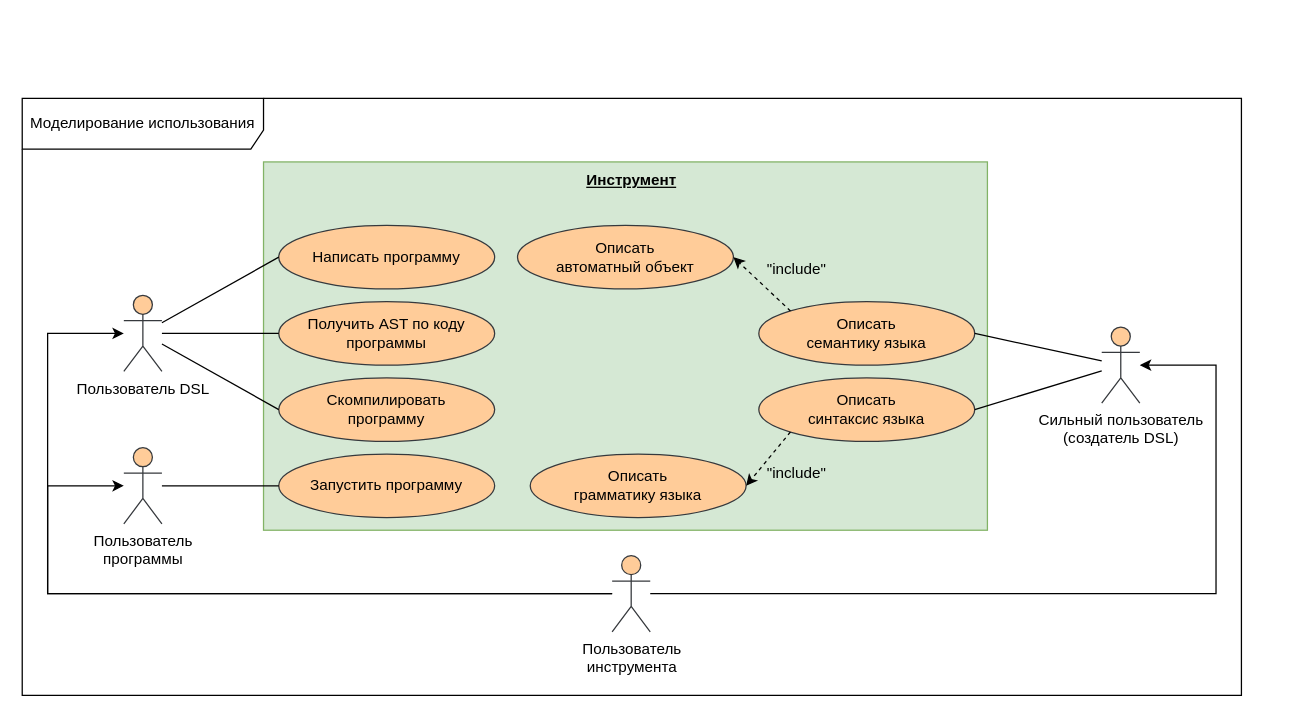
This is docs/raw_diagrams/functional_requirements.drawio from aVorotnikov/dsl_generator, a draw.io file, before an edit. Source tidied: cells renumbered, new cells numbered last; positions are measured from the earlier drawing's top-left corner, leaving out a move shared by most shapes. Both pictures are drawn from the tidied source at 127%, with x=0, y=0 at pixel (22, 98).
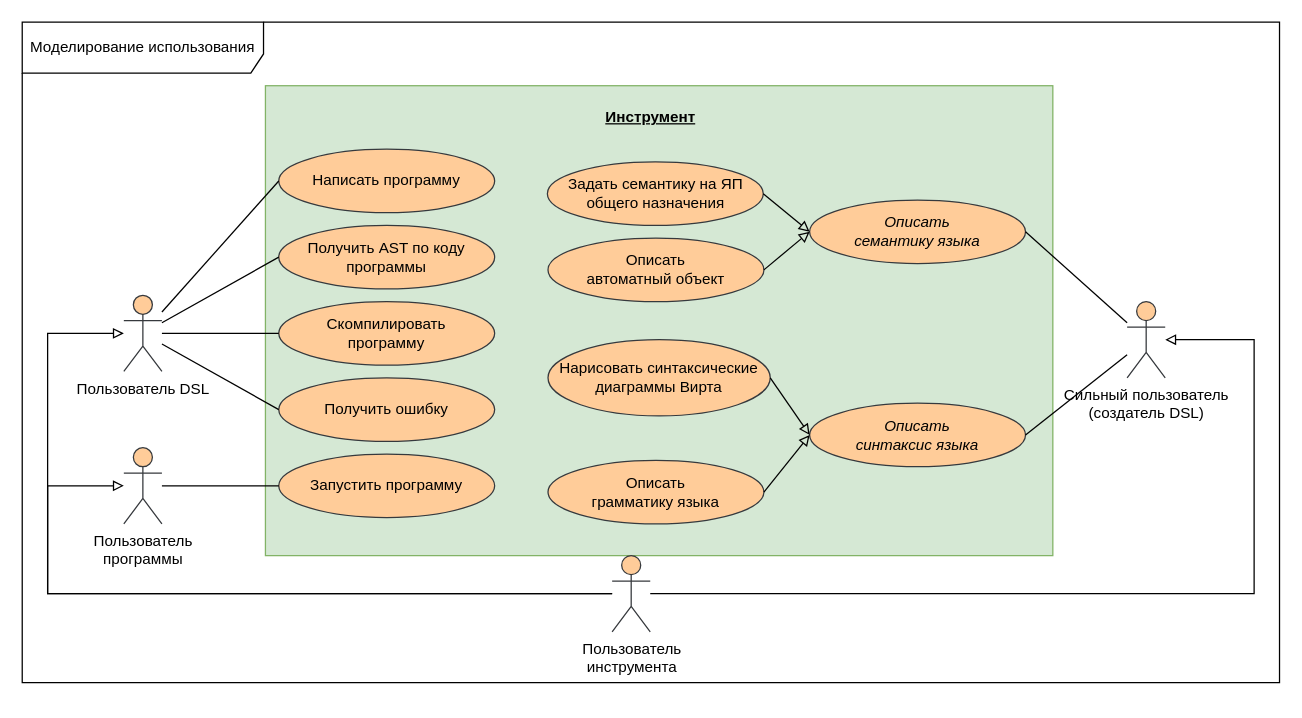
Above is the later version.

Unchanged cells that the change refers to:
```xml
<mxCell id="3" value="Пользователь DSL" style="shape=umlActor;verticalLabelPosition=bottom;verticalAlign=top;html=1;fillColor=#ffcc99;strokeColor=#36393d;" parent="1" vertex="1">
  <mxGeometry x="80" y="155" width="30" height="60" as="geometry" />
</mxCell>
<mxCell id="20" value="Пользователь&lt;br&gt;программы" style="shape=umlActor;verticalLabelPosition=bottom;verticalAlign=top;html=1;fillColor=#ffcc99;strokeColor=#36393d;" parent="1" vertex="1">
  <mxGeometry x="80" y="275" width="30" height="60" as="geometry" />
</mxCell>
<mxCell id="26" value="Пользователь&lt;br&gt;инструмента" style="shape=umlActor;verticalLabelPosition=bottom;verticalAlign=top;html=1;fillColor=#ffcc99;strokeColor=#36393d;" parent="1" vertex="1">
  <mxGeometry x="464.5" y="360" width="30" height="60" as="geometry" />
</mxCell>
```

What changed in the source:
```diff
@@
     <mxCell id="2" value="Моделирование использования" style="shape=umlFrame;whiteSpace=wrap;html=1;width=190;height=40;" parent="1" vertex="1">
-      <mxGeometry width="960" height="470" as="geometry" />
+      <mxGeometry y="-60" width="990" height="520" as="geometry" />
     </mxCell>
@@
     <mxCell id="4" value="Сильный пользователь&lt;br&gt;(создатель DSL)" style="shape=umlActor;verticalLabelPosition=bottom;verticalAlign=top;html=1;fillColor=#ffcc99;strokeColor=#36393d;" parent="1" vertex="1">
-      <mxGeometry x="850" y="180" width="30" height="60" as="geometry" />
+      <mxGeometry x="870" y="160" width="30" height="60" as="geometry" />
     </mxCell>
     <mxCell id="5" style="rounded=0;whiteSpace=wrap;html=1;fillColor=#d5e8d4;strokeColor=#82b366;" parent="1" vertex="1">
-      <mxGeometry x="190" y="50" width="570" height="290" as="geometry" />
+      <mxGeometry x="191.5" y="-10" width="620" height="370" as="geometry" />
     </mxCell>
     <mxCell id="6" value="&lt;b&gt;&lt;u&gt;Инструмент&lt;/u&gt;&lt;/b&gt;" style="text;html=1;strokeColor=none;fillColor=none;align=center;verticalAlign=middle;whiteSpace=wrap;rounded=0;" parent="1" vertex="1">
-      <mxGeometry x="449.5" y="50" width="60" height="30" as="geometry" />
+      <mxGeometry x="465" width="60" height="30" as="geometry" />
     </mxCell>
     <mxCell id="7" value="Написать программу" style="ellipse;whiteSpace=wrap;html=1;fillColor=#ffcc99;strokeColor=#36393d;" parent="1" vertex="1">
-      <mxGeometry x="202" y="100" width="170" height="50" as="geometry" />
+      <mxGeometry x="202" y="40" width="170" height="50" as="geometry" />
     </mxCell>
@@
     <mxCell id="9" value="Скомпилировать&lt;br&gt;программу" style="ellipse;whiteSpace=wrap;html=1;fillColor=#ffcc99;strokeColor=#36393d;" parent="1" vertex="1">
-      <mxGeometry x="202" y="220" width="170" height="50" as="geometry" />
+      <mxGeometry x="202" y="160" width="170" height="50" as="geometry" />
     </mxCell>
     <mxCell id="10" value="Получить AST по коду программы" style="ellipse;whiteSpace=wrap;html=1;fillColor=#ffcc99;strokeColor=#36393d;" parent="1" vertex="1">
-      <mxGeometry x="202" y="160" width="170" height="50" as="geometry" />
+      <mxGeometry x="202" y="100" width="170" height="50" as="geometry" />
     </mxCell>
-    <mxCell id="11" value="Описать&lt;br&gt;семантику языка" style="ellipse;whiteSpace=wrap;html=1;fillColor=#ffcc99;strokeColor=#36393d;" parent="1" vertex="1">
-      <mxGeometry x="580" y="160" width="170" height="50" as="geometry" />
+    <mxCell id="11" value="&lt;i style=&quot;&quot;&gt;Описать&lt;br&gt;семантику языка&lt;/i&gt;" style="ellipse;whiteSpace=wrap;html=1;fillColor=#ffcc99;strokeColor=#36393d;" parent="1" vertex="1">
+      <mxGeometry x="620" y="80" width="170" height="50" as="geometry" />
     </mxCell>
-    <mxCell id="12" value="Описать&lt;br&gt;синтаксис языка" style="ellipse;whiteSpace=wrap;html=1;fillColor=#ffcc99;strokeColor=#36393d;" parent="1" vertex="1">
-      <mxGeometry x="580" y="220" width="170" height="50" as="geometry" />
+    <mxCell id="12" value="&lt;i style=&quot;&quot;&gt;Описать&lt;br&gt;синтаксис языка&lt;/i&gt;" style="ellipse;whiteSpace=wrap;html=1;fillColor=#ffcc99;strokeColor=#36393d;" parent="1" vertex="1">
+      <mxGeometry x="620" y="240" width="170" height="50" as="geometry" />
     </mxCell>
     <mxCell id="13" value="Описать&lt;br&gt;автоматный объект" style="ellipse;whiteSpace=wrap;html=1;fillColor=#ffcc99;strokeColor=#36393d;" parent="1" vertex="1">
-      <mxGeometry x="390" y="100" width="170" height="50" as="geometry" />
+      <mxGeometry x="414" y="110" width="170" height="50" as="geometry" />
     </mxCell>
-    <mxCell id="14" style="curved=1;endArrow=classic;html=1;rounded=0;dashed=1;entryX=1;entryY=0.5;entryDx=0;entryDy=0;exitX=0;exitY=0;exitDx=0;exitDy=0;" parent="1" edge="1" source="11" target="13">
-      <mxGeometry relative="1" as="geometry" />
-    </mxCell>
-    <mxCell id="15" value="&quot;include&quot;" style="text;html=1;strokeColor=none;fillColor=none;align=center;verticalAlign=middle;whiteSpace=wrap;rounded=0;" parent="1" vertex="1">
-      <mxGeometry x="580" y="120" width="60" height="30" as="geometry" />
-    </mxCell>
     <mxCell id="16" value="Описать&lt;br&gt;грамматику языка" style="ellipse;whiteSpace=wrap;html=1;fillColor=#ffcc99;strokeColor=#36393d;" parent="1" vertex="1">
-      <mxGeometry x="400" y="280" width="170" height="50" as="geometry" />
+      <mxGeometry x="414" y="285" width="170" height="50" as="geometry" />
     </mxCell>
-    <mxCell id="17" style="curved=1;endArrow=classic;html=1;rounded=0;dashed=1;entryX=1;entryY=0.5;entryDx=0;entryDy=0;exitX=0;exitY=1;exitDx=0;exitDy=0;" parent="1" edge="1" source="12" target="16">
-      <mxGeometry relative="1" as="geometry" />
-    </mxCell>
-    <mxCell id="18" value="&quot;include&quot;" style="text;html=1;strokeColor=none;fillColor=none;align=center;verticalAlign=middle;whiteSpace=wrap;rounded=0;" parent="1" vertex="1">
-      <mxGeometry x="580" y="280" width="60" height="30" as="geometry" />
-    </mxCell>
@@
-    <mxCell id="27" style="endArrow=classic;html=1;rounded=0;" parent="1" edge="1" source="26" target="20">
+    <mxCell id="27" style="endArrow=block;html=1;rounded=0;endFill=0;" parent="1" edge="1" source="26" target="20">
       <mxGeometry relative="1" as="geometry">
         <Array as="points">
           <mxPoint x="20" y="390" />
           <mxPoint x="20" y="305" />
         </Array>
       </mxGeometry>
     </mxCell>
-    <mxCell id="28" style="endArrow=classic;html=1;rounded=0;" parent="1" edge="1" source="26" target="4">
+    <mxCell id="28" style="endArrow=block;html=1;rounded=0;endFill=0;" parent="1" edge="1" source="26" target="4">
       <mxGeometry relative="1" as="geometry">
         <Array as="points">
-          <mxPoint x="940" y="390" />
-          <mxPoint x="940" y="210" />
+          <mxPoint x="970" y="390" />
+          <mxPoint x="970" y="190" />
         </Array>
       </mxGeometry>
     </mxCell>
-    <mxCell id="29" style="endArrow=classic;html=1;rounded=0;" parent="1" edge="1" source="26" target="3">
+    <mxCell id="29" style="endArrow=block;html=1;rounded=0;endFill=0;" parent="1" edge="1" source="26" target="3">
       <mxGeometry relative="1" as="geometry">
         <Array as="points">
           <mxPoint x="20" y="390" />
           <mxPoint x="20" y="185" />
         </Array>
       </mxGeometry>
     </mxCell>
+    <mxCell id="30" value="Нарисовать синтаксические диаграммы Вирта" style="ellipse;whiteSpace=wrap;html=1;fillColor=#ffcc99;strokeColor=#36393d;" parent="1" vertex="1">
+      <mxGeometry x="414" y="190" width="175" height="60" as="geometry" />
+    </mxCell>
+    <mxCell id="31" style="endArrow=block;html=1;rounded=0;entryX=0;entryY=0.5;entryDx=0;entryDy=0;endFill=0;exitX=1;exitY=0.5;exitDx=0;exitDy=0;" parent="1" edge="1" source="30" target="12">
+      <mxGeometry relative="1" as="geometry" />
+    </mxCell>
+    <mxCell id="32" style="endArrow=block;html=1;rounded=0;entryX=0;entryY=0.5;entryDx=0;entryDy=0;endFill=0;exitX=1;exitY=0.5;exitDx=0;exitDy=0;" parent="1" edge="1" source="16" target="12">
+      <mxGeometry relative="1" as="geometry" />
+    </mxCell>
+    <mxCell id="33" value="Задать семантику на ЯП общего назначения" style="ellipse;whiteSpace=wrap;html=1;fillColor=#ffcc99;strokeColor=#36393d;" parent="1" vertex="1">
+      <mxGeometry x="413.5" y="50" width="170" height="50" as="geometry" />
+    </mxCell>
+    <mxCell id="34" style="endArrow=block;html=1;rounded=0;endFill=0;exitX=1;exitY=0.5;exitDx=0;exitDy=0;entryX=0;entryY=0.5;entryDx=0;entryDy=0;" parent="1" edge="1" source="33" target="11">
+      <mxGeometry relative="1" as="geometry" />
+    </mxCell>
+    <mxCell id="35" style="endArrow=block;html=1;rounded=0;entryX=0;entryY=0.5;entryDx=0;entryDy=0;endFill=0;exitX=1;exitY=0.5;exitDx=0;exitDy=0;" parent="1" edge="1" source="13" target="11">
+      <mxGeometry relative="1" as="geometry" />
+    </mxCell>
+    <mxCell id="36" value="Получить ошибку" style="ellipse;whiteSpace=wrap;html=1;fillColor=#ffcc99;strokeColor=#36393d;" parent="1" vertex="1">
+      <mxGeometry x="202" y="220" width="170" height="50" as="geometry" />
+    </mxCell>
+    <mxCell id="37" style="endArrow=none;html=1;rounded=0;entryX=0;entryY=0.5;entryDx=0;entryDy=0;" parent="1" edge="1" source="3" target="36">
+      <mxGeometry relative="1" as="geometry" />
+    </mxCell>
```
